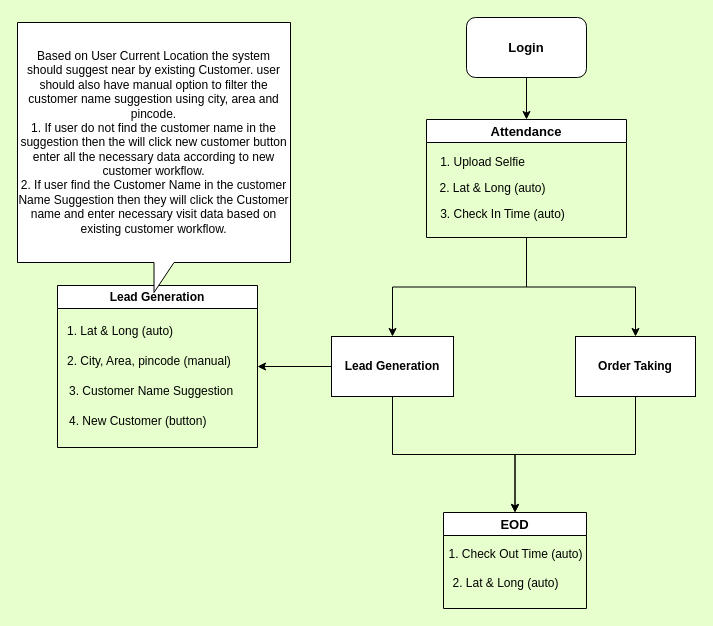
SBOSE550/Customer-Visit-Data-Collection-Form keeps this draw.io diagram as page "Home page" (1 of 4) of customer visit workflow.drawio. Above is the earlier version. Source tidied: cells renumbered, new cells numbered last; positions are measured from the earlier drawing's top-left corner, leaving out a move shared by most shapes. Both pictures are drawn from the tidied source at 100%, with x=0, y=0 at pixel (17, 17).
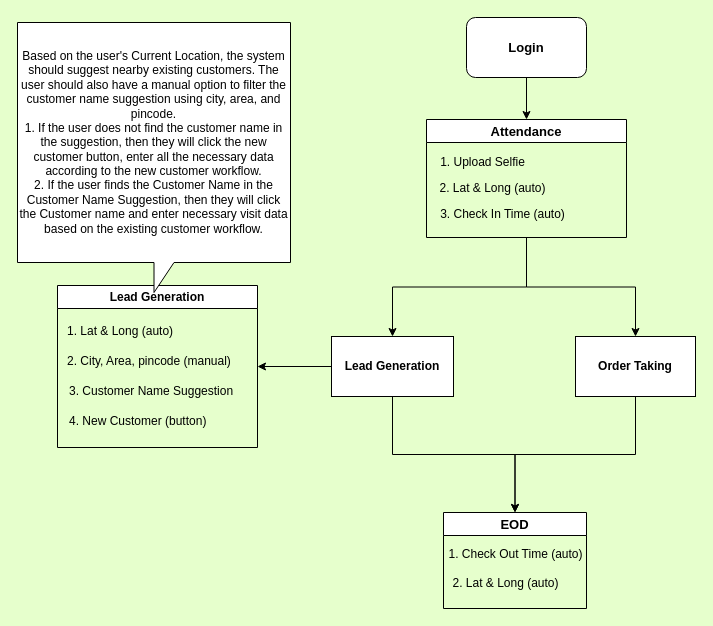
The same page after the edit.

Change to the diagram source:
```diff
@@
-    <mxCell id="23" value="Based on User Current Location the system should suggest near by existing Customer. user should also have manual option to filter the customer name suggestion using city, area and pincode. &lt;br&gt;1. If user do not find the customer name in the suggestion then the will click new customer button enter all the necessary data according to new customer workflow.&lt;div&gt;2. If user find the Customer Name in the customer Name Suggestion then they will click the Customer name and enter necessary visit data based on existing customer workflow.&lt;/div&gt;" style="shape=callout;whiteSpace=wrap;html=1;perimeter=calloutPerimeter;direction=east;" parent="1" vertex="1">
+    <mxCell id="23" value="Based on the user's Current Location, the system should suggest nearby existing customers. The user should also have a manual option to filter the customer name suggestion using city, area, and pincode. &lt;br&gt;1. If the user does not find the customer name in the suggestion, then they will click the new customer button, enter all the necessary data according to the new customer workflow.&lt;div&gt;2. If the user finds the Customer Name in the Customer Name Suggestion, then they will click the Customer name and enter necessary visit data based on the existing customer workflow.&lt;/div&gt;" style="shape=callout;whiteSpace=wrap;html=1;perimeter=calloutPerimeter;direction=east;" parent="1" vertex="1">
       <mxGeometry y="5" width="273" height="270" as="geometry" />
     </mxCell>
```
